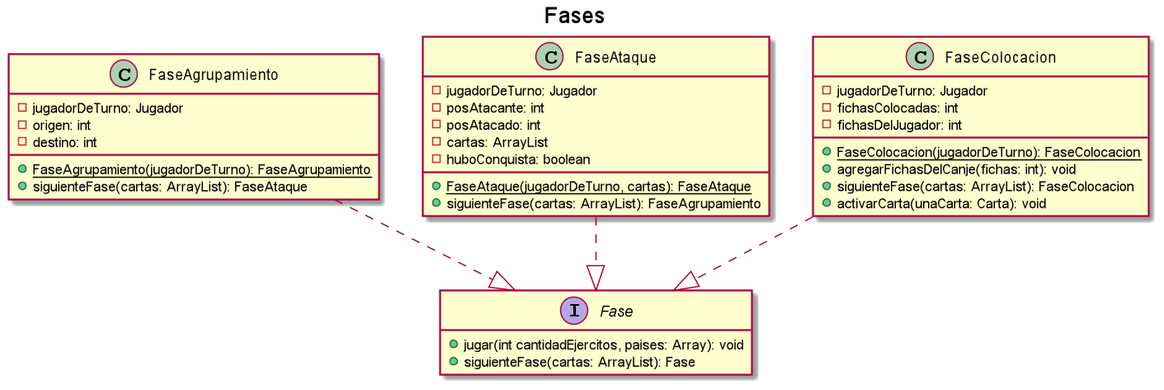
nauee/Algo3-TP2 keeps this PlantUML diagram as docs/diagramas/diagramas de clase/Fase.png. Above is the earlier version.
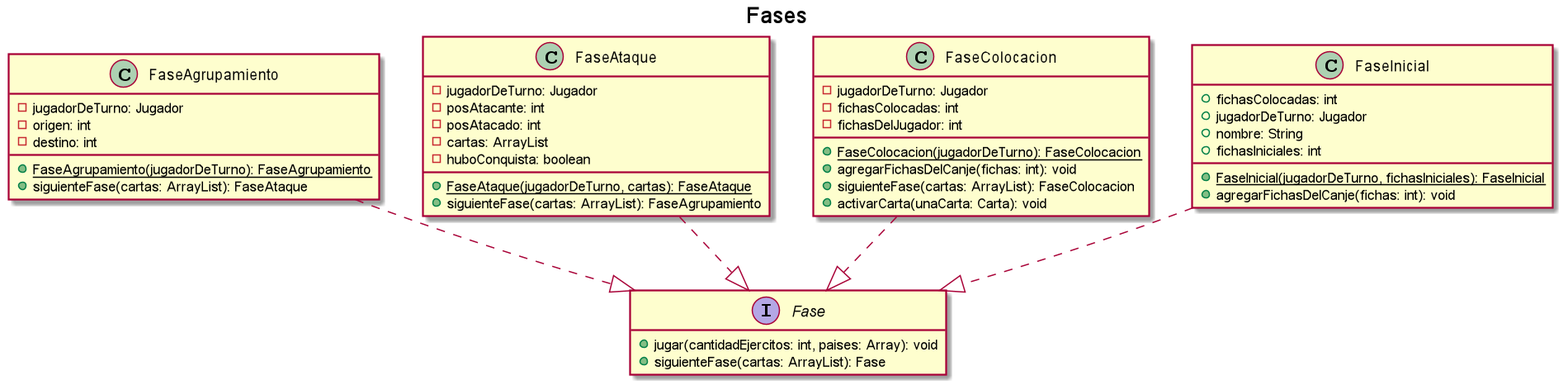
The same file after the commit.

Commit message:
Actualizacion diagramas

What changed in the source:
```diff
@@ -5,7 +5,7 @@
 hide empty members
 
 interface Fase {
-    + jugar(int cantidadEjercitos, paises: Array): void
+    + jugar(cantidadEjercitos: int, paises: Array): void
     + siguienteFase(cartas: ArrayList): Fase
 }
 
@@ -42,4 +42,15 @@
     + activarCarta(unaCarta: Carta): void
 }
 
+class FaseInicial {
+    + fichasColocadas: int
+    + jugadorDeTurno: Jugador
+    + nombre: String
+    + fichasIniciales: int
+    + {static} FaseInicial(jugadorDeTurno, fichasIniciales): FaseInicial
+    + agregarFichasDelCanje(fichas: int): void
+}
+
+FaseInicial ..|> Fase
+
 @enduml
```
